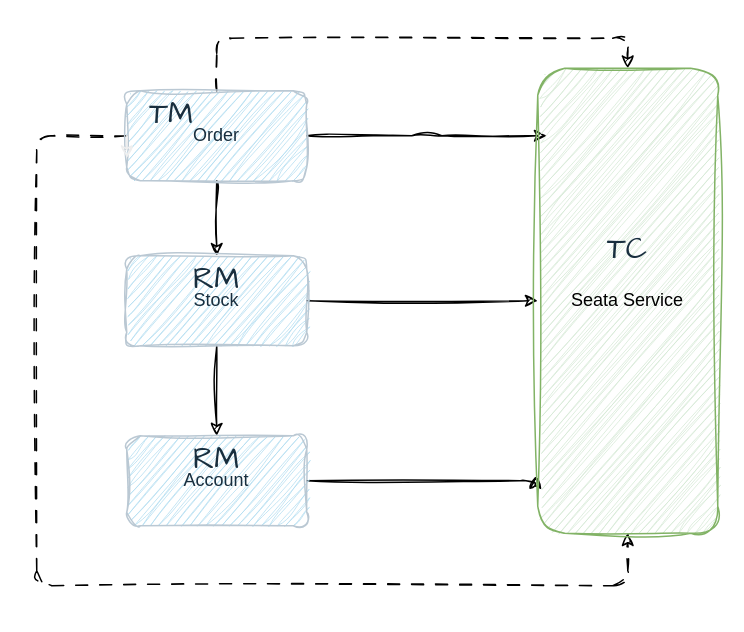
Earlier version of the draw.io diagram 分布式事务.drawio (lints123/draw_project). Source tidied: cells renumbered, new cells numbered last; positions are measured from the earlier drawing's top-left corner, leaving out a move shared by most shapes. Both pictures are drawn from the tidied source at 150%, with x=0, y=0 at pixel (36, 38).
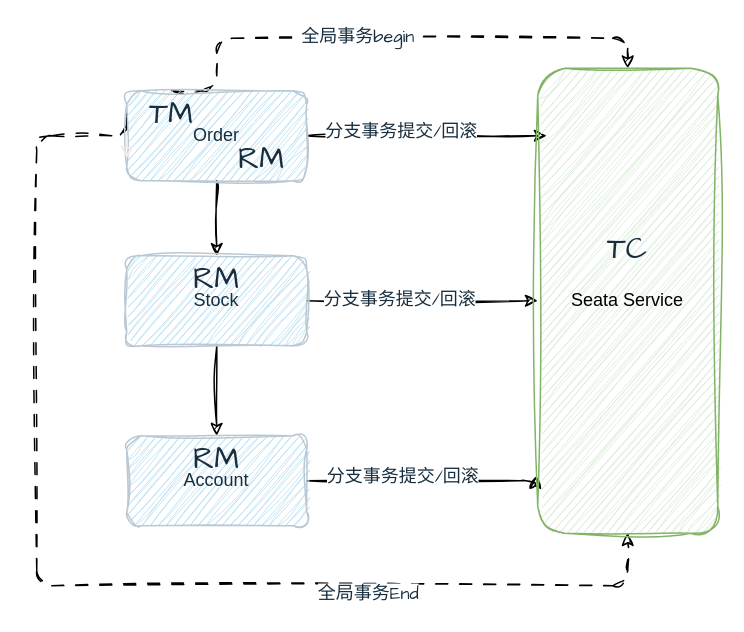
After the change.

Commit message (it also covers changes not shown here):
更新分布式事务.drawio

Unchanged cells that the change refers to:
```xml
<mxCell id="5" style="edgeStyle=orthogonalEdgeStyle;rounded=1;sketch=1;hachureGap=4;jiggle=2;curveFitting=1;jettySize=auto;html=1;strokeColor=#000000;fontFamily=Architects Daughter;fontSize=16;fontColor=#FFFFFF;" parent="1" edge="1" source="6">
  <mxGeometry relative="1" as="geometry">
    <mxPoint x="340" y="65" as="targetPoint" />
  </mxGeometry>
</mxCell>
<mxCell id="6" value="Order" style="rounded=1;whiteSpace=wrap;html=1;sketch=1;curveFitting=1;jiggle=2;labelBackgroundColor=none;fillColor=#B1DDF0;strokeColor=#BAC8D3;fontColor=#182E3E;" parent="1" vertex="1">
  <mxGeometry x="60" y="35" width="120" height="60" as="geometry" />
</mxCell>
<mxCell id="8" style="edgeStyle=orthogonalEdgeStyle;rounded=1;sketch=1;hachureGap=4;jiggle=2;curveFitting=1;jettySize=auto;html=1;strokeColor=#000000;fontFamily=Architects Daughter;fontSize=16;fontColor=#FFFFFF;" parent="1" edge="1" source="9" target="12">
  <mxGeometry relative="1" as="geometry" />
</mxCell>
<mxCell id="10" style="edgeStyle=orthogonalEdgeStyle;rounded=1;sketch=1;hachureGap=4;jiggle=2;curveFitting=1;jettySize=auto;html=1;entryX=-0.013;entryY=0.877;entryDx=0;entryDy=0;entryPerimeter=0;strokeColor=#000000;fontFamily=Architects Daughter;fontSize=16;fontColor=#FFFFFF;" parent="1" edge="1" source="11" target="12">
  <mxGeometry relative="1" as="geometry">
    <Array as="points">
      <mxPoint x="332" y="295" />
    </Array>
  </mxGeometry>
</mxCell>
<mxCell id="12" value="Seata Service" style="rounded=1;whiteSpace=wrap;html=1;sketch=1;curveFitting=1;jiggle=2;labelBackgroundColor=none;fillColor=#d5e8d4;strokeColor=#82b366;" parent="1" vertex="1">
  <mxGeometry x="334" y="20" width="120" height="310" as="geometry" />
</mxCell>
<mxCell id="14" value="TM" style="text;html=1;strokeColor=none;fillColor=none;align=center;verticalAlign=middle;whiteSpace=wrap;rounded=0;fontSize=20;fontFamily=Architects Daughter;fontColor=#182E3E;" parent="1" vertex="1">
  <mxGeometry x="60" y="35" width="60" height="30" as="geometry" />
</mxCell>
```

The edit, as a diff of the source:
```diff
@@
-    <mxCell id="3" style="edgeStyle=orthogonalEdgeStyle;sketch=1;hachureGap=4;jiggle=2;curveFitting=1;jettySize=auto;html=1;entryX=0.5;entryY=0;entryDx=0;entryDy=0;strokeColor=#000000;fontFamily=Architects Daughter;fontSize=16;fontColor=#FFFFFF;dashed=1;rounded=1;dashPattern=8 8;" parent="1" edge="1" source="6" target="12">
+    <mxCell id="3" style="edgeStyle=orthogonalEdgeStyle;sketch=1;hachureGap=4;jiggle=2;curveFitting=1;jettySize=auto;html=1;entryX=0.5;entryY=0;entryDx=0;entryDy=0;strokeColor=#000000;fontFamily=Architects Daughter;fontSize=16;fontColor=#FFFFFF;dashed=1;rounded=1;dashPattern=8 8;exitX=0.5;exitY=0;exitDx=0;exitDy=0;" parent="1" edge="1" source="14" target="12">
       <mxGeometry relative="1" as="geometry">
         <Array as="points">
+          <mxPoint x="120" y="35" />
           <mxPoint x="120" />
           <mxPoint x="394" />
         </Array>
       </mxGeometry>
     </mxCell>
+    <mxCell id="18" value="全局事务begin" style="edgeLabel;html=1;align=center;verticalAlign=middle;fontSize=12;fontFamily=Architects Daughter;fontColor=#182E3E;" parent="3" vertex="1">
+      <mxGeometry x="-0.12" y="1" relative="1" as="geometry" />
+    </mxCell>
-    <mxCell id="4" style="edgeStyle=orthogonalEdgeStyle;rounded=1;sketch=1;hachureGap=4;jiggle=2;curveFitting=1;jettySize=auto;html=1;entryX=0.5;entryY=1;entryDx=0;entryDy=0;strokeColor=#000000;fontFamily=Architects Daughter;fontSize=16;fontColor=#FFFFFF;dashed=1;dashPattern=8 8;" parent="1" edge="1" source="6" target="12">
+    <mxCell id="4" style="edgeStyle=orthogonalEdgeStyle;rounded=1;sketch=1;hachureGap=4;jiggle=2;curveFitting=1;jettySize=auto;html=1;entryX=0.5;entryY=1;entryDx=0;entryDy=0;strokeColor=#000000;fontFamily=Architects Daughter;fontSize=16;fontColor=#FFFFFF;dashed=1;dashPattern=8 8;exitX=0;exitY=0.5;exitDx=0;exitDy=0;" parent="1" edge="1" source="14" target="12">
       <mxGeometry relative="1" as="geometry">
         <Array as="points">
+          <mxPoint x="60" y="50" />
+          <mxPoint x="60" y="65" />
           <mxPoint y="65" />
           <mxPoint y="365" />
           <mxPoint x="394" y="365" />
         </Array>
       </mxGeometry>
     </mxCell>
+    <mxCell id="19" value="全局事务End" style="edgeLabel;html=1;align=center;verticalAlign=middle;fontSize=12;fontFamily=Architects Daughter;fontColor=#182E3E;" parent="4" vertex="1">
+      <mxGeometry x="0.48" y="-5" relative="1" as="geometry" />
+    </mxCell>
@@
+    <mxCell id="20" value="分支事务提交/回滚" style="edgeLabel;html=1;align=center;verticalAlign=middle;fontSize=12;fontFamily=Architects Daughter;fontColor=#182E3E;" parent="5" vertex="1">
+      <mxGeometry x="-0.23" y="3" relative="1" as="geometry" />
+    </mxCell>
@@
+    <mxCell id="21" value="分支事务提交/回滚" style="edgeLabel;html=1;align=center;verticalAlign=middle;fontSize=12;fontFamily=Architects Daughter;fontColor=#182E3E;" parent="8" vertex="1">
+      <mxGeometry x="-0.21" y="1" relative="1" as="geometry" />
+    </mxCell>
@@
+    <mxCell id="22" value="分支事务提交/回滚" style="edgeLabel;html=1;align=center;verticalAlign=middle;fontSize=12;fontFamily=Architects Daughter;fontColor=#182E3E;" parent="10" vertex="1">
+      <mxGeometry x="-0.19" y="3" relative="1" as="geometry" />
+    </mxCell>
@@
+    <mxCell id="23" value="RM" style="text;html=1;strokeColor=none;fillColor=none;align=center;verticalAlign=middle;whiteSpace=wrap;rounded=0;fontSize=20;fontFamily=Architects Daughter;fontColor=#182E3E;" parent="1" vertex="1">
+      <mxGeometry x="120" y="65" width="60" height="30" as="geometry" />
+    </mxCell>
```
